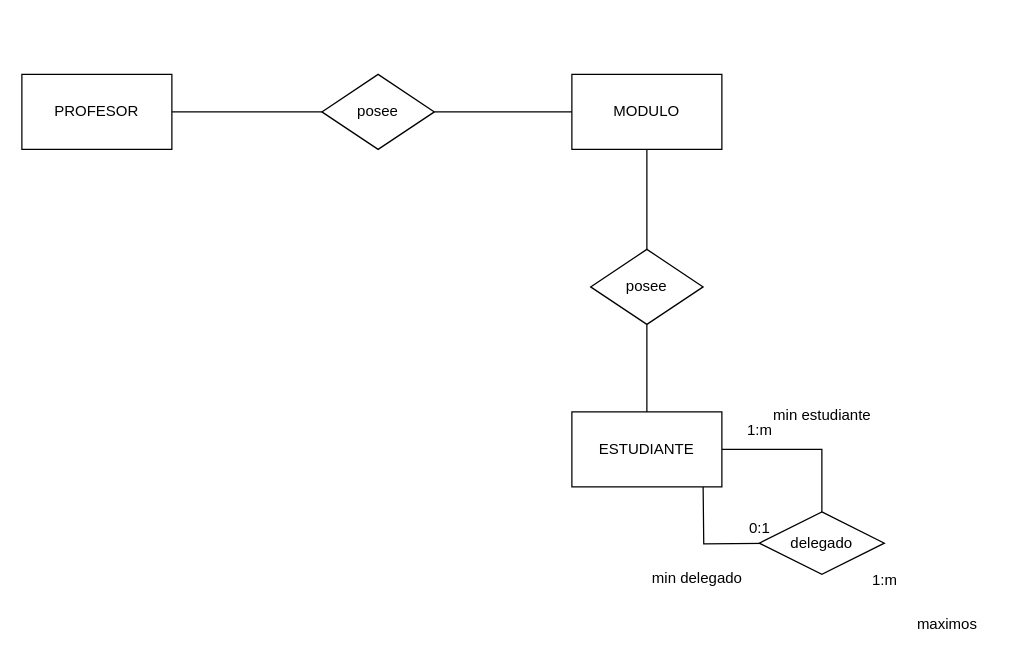
Mundrack/Base-de-datos keeps this draw.io diagram as IntitutoacademicoDB.drawio. Above is the earlier version. Source tidied: cells renumbered, new cells numbered last; positions are measured from the earlier drawing's top-left corner, leaving out a move shared by most shapes. Both pictures are drawn from the tidied source at 125%, with x=0, y=0 at pixel (21, 74).
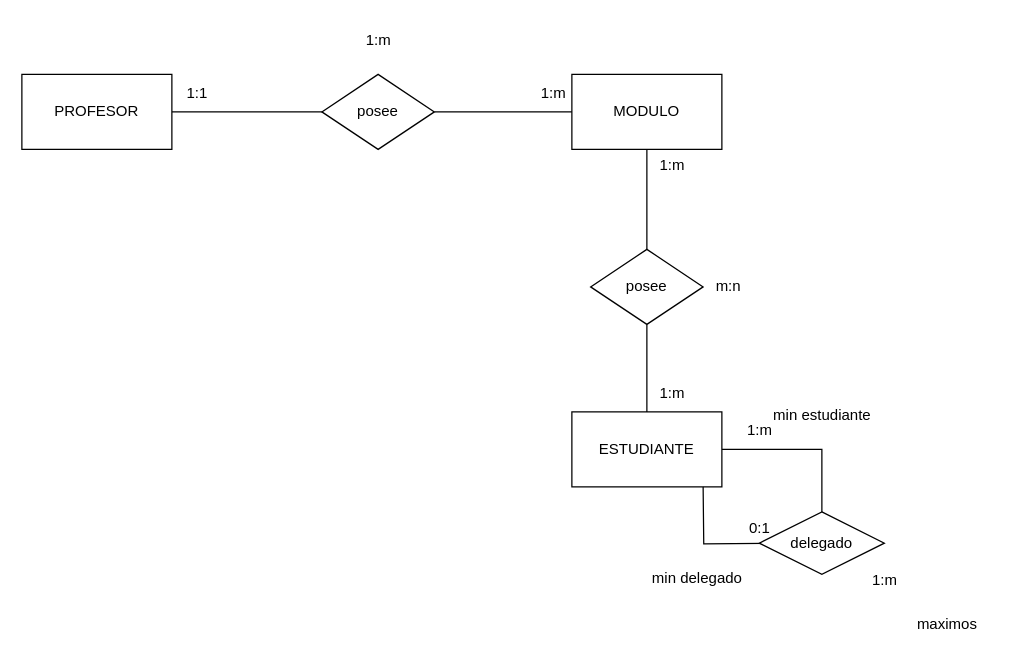
The same page after the edit.

The edit, as a diff of the source:
```diff
@@
+    <mxCell id="20" value="1:1" style="text;html=1;align=center;verticalAlign=middle;strokeColor=none;fillColor=none;" parent="1" vertex="1">
+      <mxGeometry x="120" width="40" height="30" as="geometry" />
+    </mxCell>
+    <mxCell id="21" value="1:m" style="text;html=1;align=center;verticalAlign=middle;strokeColor=none;fillColor=none;" parent="1" vertex="1">
+      <mxGeometry x="265" y="-42" width="40" height="30" as="geometry" />
+    </mxCell>
+    <mxCell id="22" value="1:m" style="text;html=1;align=center;verticalAlign=middle;strokeColor=none;fillColor=none;" parent="1" vertex="1">
+      <mxGeometry x="405" width="40" height="30" as="geometry" />
+    </mxCell>
+    <mxCell id="23" value="1:m" style="text;html=1;align=center;verticalAlign=middle;strokeColor=none;fillColor=none;" parent="1" vertex="1">
+      <mxGeometry x="500" y="58" width="40" height="30" as="geometry" />
+    </mxCell>
+    <mxCell id="24" value="m:n" style="text;html=1;align=center;verticalAlign=middle;strokeColor=none;fillColor=none;" parent="1" vertex="1">
+      <mxGeometry x="545" y="155" width="40" height="30" as="geometry" />
+    </mxCell>
+    <mxCell id="25" value="1:m" style="text;html=1;align=center;verticalAlign=middle;strokeColor=none;fillColor=none;" parent="1" vertex="1">
+      <mxGeometry x="500" y="240" width="40" height="30" as="geometry" />
+    </mxCell>
```
